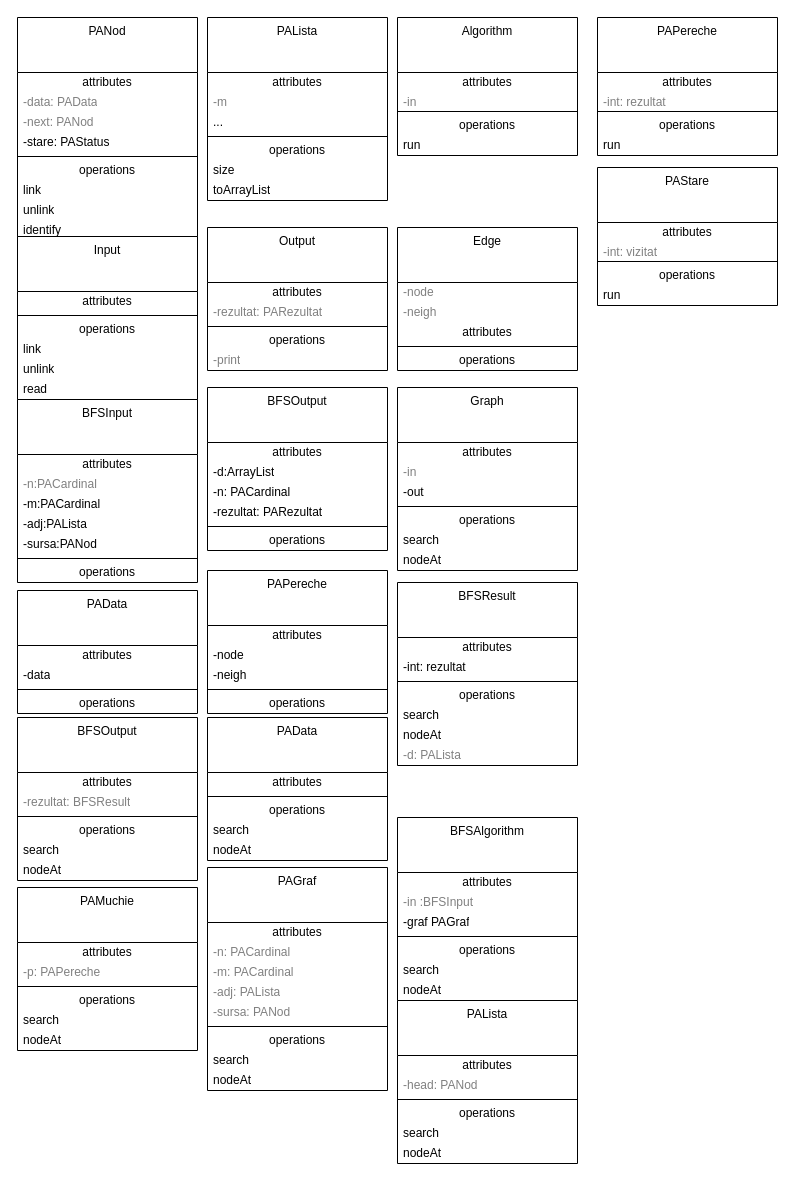
Cristof17/PALibrary keeps this draw.io diagram as test.drawio. Above is the earlier version. Source tidied: cells renumbered, new cells numbered last; positions are measured from the earlier drawing's top-left corner, leaving out a move shared by most shapes. Both pictures are drawn from the tidied source at 100%, with x=0, y=0 at pixel (17, 17).
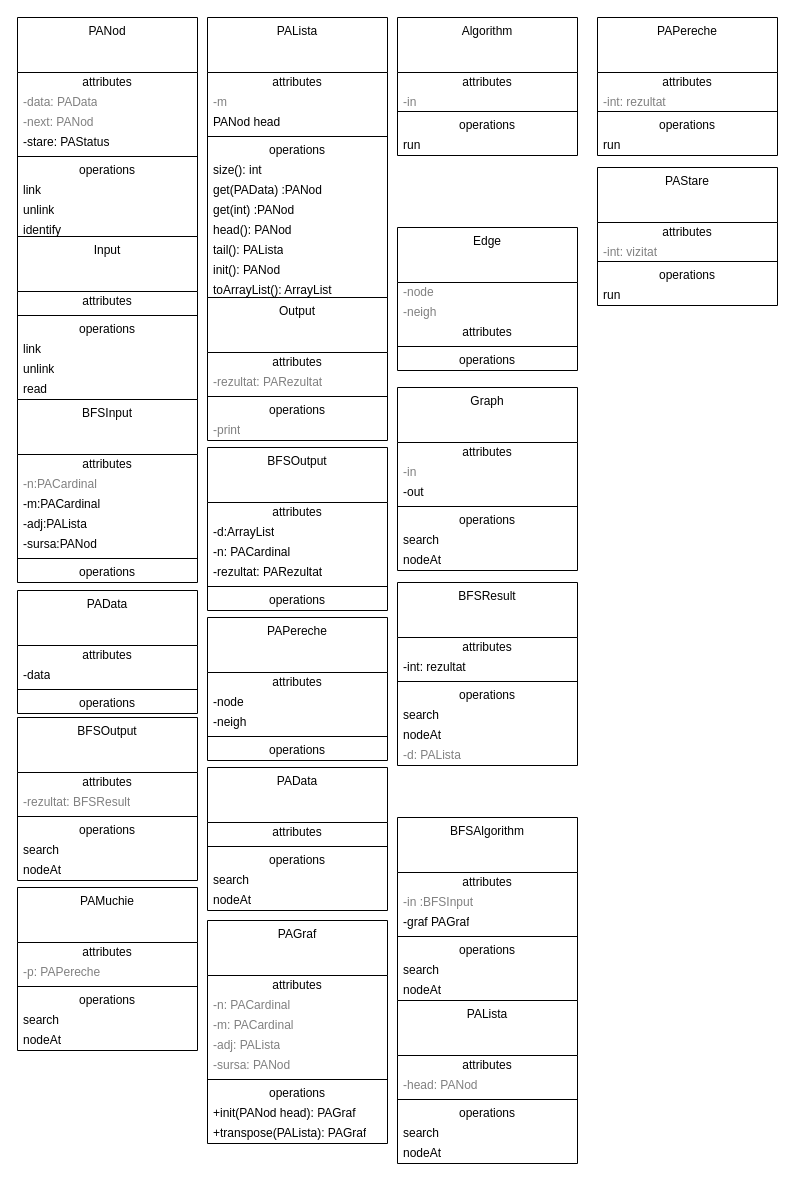
After the change.

Commit message (it also covers changes not shown here):
added builder design pattern for PAGraf

The edit, as a diff of the source:
```diff
@@
     <mxCell id="12" value="PALista" style="swimlane;fontStyle=0;align=center;verticalAlign=top;horizontal=1;startSize=55;html=1;whiteSpace=wrap;" parent="1" vertex="1">
-      <mxGeometry x="190" width="180" height="183" as="geometry" />
+      <mxGeometry x="190" width="180" height="283" as="geometry" />
     </mxCell>
@@
-    <mxCell id="15" value="..." style="text;html=1;strokeColor=none;fillColor=none;align=left;verticalAlign=middle;spacingLeft=4;spacingRight=4;overflow=hidden;whiteSpace=wrap;" parent="12" vertex="1">
+    <mxCell id="15" value="PANod head" style="text;html=1;strokeColor=none;fillColor=none;align=left;verticalAlign=middle;spacingLeft=4;spacingRight=4;overflow=hidden;whiteSpace=wrap;" parent="12" vertex="1">
       <mxGeometry y="95" width="180" height="20" as="geometry" />
     </mxCell>
@@
-    <mxCell id="18" value="size" style="text;html=1;strokeColor=none;fillColor=none;align=left;verticalAlign=middle;spacingLeft=4;spacingRight=4;overflow=hidden;whiteSpace=wrap;" parent="12" vertex="1">
+    <mxCell id="18" value="size(): int" style="text;html=1;strokeColor=none;fillColor=none;align=left;verticalAlign=middle;spacingLeft=4;spacingRight=4;overflow=hidden;whiteSpace=wrap;" parent="12" vertex="1">
       <mxGeometry y="143" width="180" height="20" as="geometry" />
     </mxCell>
-    <mxCell id="19" value="toArrayList" style="text;html=1;strokeColor=none;fillColor=none;align=left;verticalAlign=middle;spacingLeft=4;spacingRight=4;overflow=hidden;whiteSpace=wrap;" parent="12" vertex="1">
+    <mxCell id="19" value="get(PAData) :PANod" style="text;html=1;strokeColor=none;fillColor=none;align=left;verticalAlign=middle;spacingLeft=4;spacingRight=4;overflow=hidden;whiteSpace=wrap;" parent="12" vertex="1">
       <mxGeometry y="163" width="180" height="20" as="geometry" />
     </mxCell>
+    <mxCell id="144" value="get(int) :PANod" style="text;html=1;strokeColor=none;fillColor=none;align=left;verticalAlign=middle;spacingLeft=4;spacingRight=4;overflow=hidden;whiteSpace=wrap;" parent="12" vertex="1">
+      <mxGeometry y="183" width="180" height="20" as="geometry" />
+    </mxCell>
+    <mxCell id="145" value="head(): PANod" style="text;html=1;strokeColor=none;fillColor=none;align=left;verticalAlign=middle;spacingLeft=4;spacingRight=4;overflow=hidden;whiteSpace=wrap;" parent="12" vertex="1">
+      <mxGeometry y="203" width="180" height="20" as="geometry" />
+    </mxCell>
+    <mxCell id="146" value="tail(): PALista" style="text;html=1;strokeColor=none;fillColor=none;align=left;verticalAlign=middle;spacingLeft=4;spacingRight=4;overflow=hidden;whiteSpace=wrap;" parent="12" vertex="1">
+      <mxGeometry y="223" width="180" height="20" as="geometry" />
+    </mxCell>
+    <mxCell id="147" value="init(): PANod" style="text;html=1;strokeColor=none;fillColor=none;align=left;verticalAlign=middle;spacingLeft=4;spacingRight=4;overflow=hidden;whiteSpace=wrap;" parent="12" vertex="1">
+      <mxGeometry y="243" width="180" height="20" as="geometry" />
+    </mxCell>
+    <mxCell id="148" value="toArrayList(): ArrayList" style="text;html=1;strokeColor=none;fillColor=none;align=left;verticalAlign=middle;spacingLeft=4;spacingRight=4;overflow=hidden;whiteSpace=wrap;" parent="12" vertex="1">
+      <mxGeometry y="263" width="180" height="20" as="geometry" />
+    </mxCell>
@@
     <mxCell id="33" value="Output" style="swimlane;fontStyle=0;align=center;verticalAlign=top;horizontal=1;startSize=55;html=1;whiteSpace=wrap;" parent="1" vertex="1">
-      <mxGeometry x="190" y="210" width="180" height="143" as="geometry" />
+      <mxGeometry x="190" y="280" width="180" height="143" as="geometry" />
     </mxCell>
@@
     <mxCell id="53" value="BFSOutput" style="swimlane;fontStyle=0;align=center;verticalAlign=top;horizontal=1;startSize=55;html=1;whiteSpace=wrap;" parent="1" vertex="1">
-      <mxGeometry x="190" y="370" width="180" height="163" as="geometry" />
+      <mxGeometry x="190" y="430" width="180" height="163" as="geometry" />
     </mxCell>
@@
     <mxCell id="73" value="PAPereche" style="swimlane;fontStyle=0;align=center;verticalAlign=top;horizontal=1;startSize=55;html=1;whiteSpace=wrap;" parent="1" vertex="1">
-      <mxGeometry x="190" y="553" width="180" height="143" as="geometry" />
+      <mxGeometry x="190" y="600" width="180" height="143" as="geometry" />
     </mxCell>
@@
     <mxCell id="102" value="PAData" style="swimlane;fontStyle=0;align=center;verticalAlign=top;horizontal=1;startSize=55;html=1;whiteSpace=wrap;" parent="1" vertex="1">
-      <mxGeometry x="190" y="700" width="180" height="143" as="geometry" />
+      <mxGeometry x="190" y="750" width="180" height="143" as="geometry" />
     </mxCell>
@@
     <mxCell id="108" value="PAGraf" style="swimlane;fontStyle=0;align=center;verticalAlign=top;horizontal=1;startSize=55;html=1;whiteSpace=wrap;" parent="1" vertex="1">
-      <mxGeometry x="190" y="850" width="180" height="223" as="geometry" />
+      <mxGeometry x="190" y="903" width="180" height="223" as="geometry" />
     </mxCell>
@@
-    <mxCell id="116" value="search" style="text;html=1;strokeColor=none;fillColor=none;align=left;verticalAlign=middle;spacingLeft=4;spacingRight=4;overflow=hidden;whiteSpace=wrap;" parent="108" vertex="1">
+    <mxCell id="116" value="+init(PANod head): PAGraf" style="text;html=1;strokeColor=none;fillColor=none;align=left;verticalAlign=middle;spacingLeft=4;spacingRight=4;overflow=hidden;whiteSpace=wrap;" parent="108" vertex="1">
       <mxGeometry y="183" width="180" height="20" as="geometry" />
     </mxCell>
-    <mxCell id="117" value="nodeAt" style="text;html=1;strokeColor=none;fillColor=none;align=left;verticalAlign=middle;spacingLeft=4;spacingRight=4;overflow=hidden;whiteSpace=wrap;" parent="108" vertex="1">
-      <mxGeometry y="203" width="180" height="20" as="geometry" />
-    </mxCell>
+    <mxCell id="149" value="+transpose(PALista): PAGraf" style="text;html=1;strokeColor=none;fillColor=none;align=left;verticalAlign=middle;spacingLeft=4;spacingRight=4;overflow=hidden;whiteSpace=wrap;" parent="108" vertex="1">
+      <mxGeometry y="203" width="180" height="20" as="geometry" />
+    </mxCell>
```
